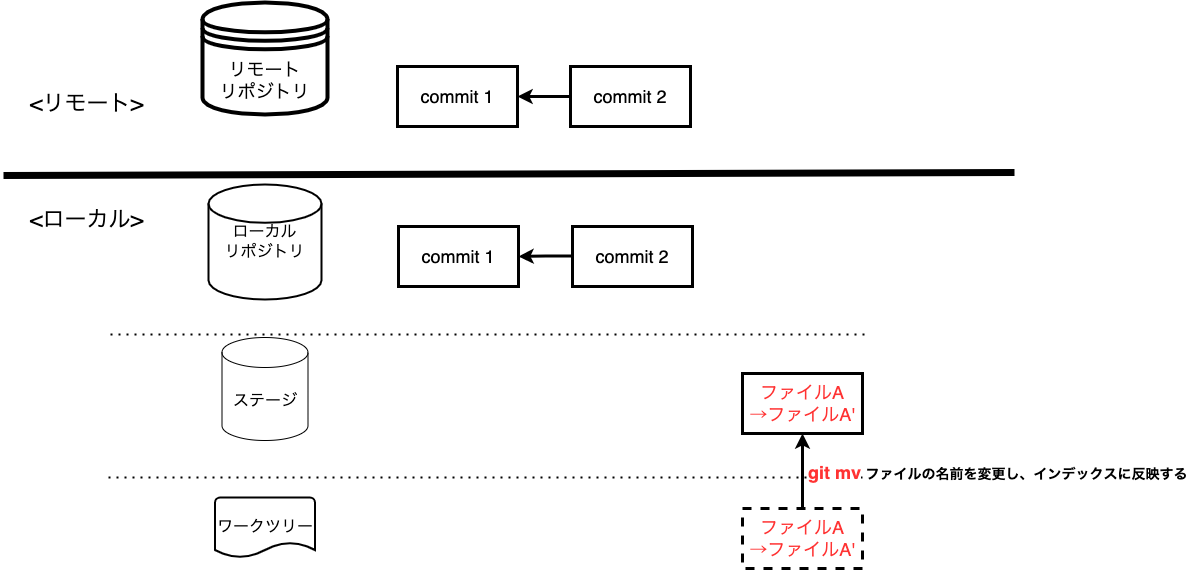
Earlier version of the draw.io export assets/image/Git勉強会_コマンドイメージ図-mv.drawio.png (irongineer/learning-git-for-team). Source tidied: cells renumbered, new cells last; positions are measured from the earlier drawing's top-left corner, leaving out a move shared by most shapes.
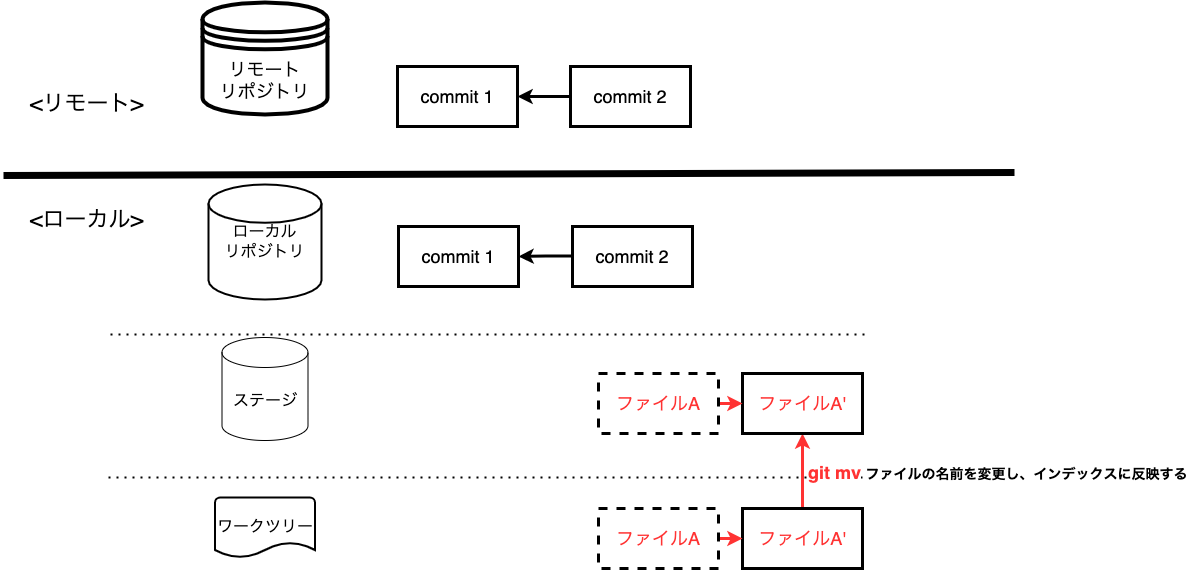
After the change.

What changed in the source:
```diff
@@ -26,7 +26,7 @@
     <mxCell id="6" value="&lt;font style=&quot;font-size: 22px&quot;&gt;&amp;lt;リモート&amp;gt;&lt;/font&gt;" style="text;html=1;align=center;verticalAlign=middle;strokeColor=none;fillColor=none;" parent="1" vertex="1">
       <mxGeometry x="21" y="91" width="124" height="21" as="geometry" />
     </mxCell>
-    <mxCell id="7" style="edgeStyle=orthogonalEdgeStyle;rounded=0;jettySize=auto;html=1;fontSize=18;strokeWidth=3;entryX=0.5;entryY=1;entryDx=0;entryDy=0;exitX=0.5;exitY=0;exitDx=0;exitDy=0;" parent="1" edge="1" source="12" target="13">
+    <mxCell id="7" style="edgeStyle=orthogonalEdgeStyle;rounded=0;jettySize=auto;html=1;fontSize=18;strokeWidth=3;entryX=0.5;entryY=1;entryDx=0;entryDy=0;exitX=0.5;exitY=0;exitDx=0;exitDy=0;strokeColor=#FF3333;" parent="1" edge="1" source="12" target="13">
       <mxGeometry relative="1" as="geometry" />
     </mxCell>
     <mxCell id="8" value="ローカル&lt;br&gt;リポジトリ" style="strokeWidth=2;html=1;shape=mxgraph.flowchart.database;whiteSpace=wrap;fontSize=16;" parent="1" vertex="1">
@@ -41,10 +41,10 @@
     <mxCell id="11" value="リモート&lt;br style=&quot;font-size: 18px;&quot;&gt;リポジトリ" style="shape=datastore;whiteSpace=wrap;html=1;fontSize=18;strokeWidth=4;" parent="1" vertex="1">
       <mxGeometry x="199" width="125" height="112" as="geometry" />
     </mxCell>
-    <mxCell id="12" value="ファイルA&lt;br&gt;→ファイルA'" style="whiteSpace=wrap;html=1;fontSize=18;fontColor=#FF3333;strokeWidth=3;dashed=1;" parent="1" vertex="1">
+    <mxCell id="12" value="ファイルA'" style="whiteSpace=wrap;html=1;fontSize=18;fontColor=#FF3333;strokeWidth=3;" parent="1" vertex="1">
       <mxGeometry x="739" y="506" width="120" height="60" as="geometry" />
     </mxCell>
-    <mxCell id="13" value="ファイルA&lt;br&gt;→ファイルA'" style="whiteSpace=wrap;html=1;fontSize=18;fontColor=#FF3333;strokeWidth=3;" parent="1" vertex="1">
+    <mxCell id="13" value="ファイルA'" style="whiteSpace=wrap;html=1;fontSize=18;fontColor=#FF3333;strokeWidth=3;" parent="1" vertex="1">
       <mxGeometry x="739" y="371" width="120" height="60" as="geometry" />
     </mxCell>
     <mxCell id="14" value="&lt;font color=&quot;#000000&quot;&gt;commit 1&lt;/font&gt;" style="whiteSpace=wrap;html=1;fontSize=18;fontColor=#FF3333;strokeWidth=3;" parent="1" vertex="1">
@@ -75,5 +75,17 @@
     <mxCell id="21" value="&lt;font color=&quot;#ff3333&quot;&gt;&lt;b&gt;git mv&lt;/b&gt;&lt;/font&gt;" style="edgeLabel;html=1;align=center;verticalAlign=middle;fontSize=18;" parent="1" vertex="1">
       <mxGeometry x="830" y="469" as="geometry" />
     </mxCell>
+    <mxCell id="22" style="edgeStyle=orthogonalEdgeStyle;rounded=0;jettySize=auto;html=1;exitX=1;exitY=0.5;exitDx=0;exitDy=0;entryX=0;entryY=0.5;entryDx=0;entryDy=0;fontSize=18;fontColor=#000000;strokeColor=#FF3333;strokeWidth=3;" parent="1" edge="1" source="23" target="12">
+      <mxGeometry relative="1" as="geometry" />
+    </mxCell>
+    <mxCell id="23" value="ファイルA" style="whiteSpace=wrap;html=1;fontSize=18;fontColor=#FF3333;strokeWidth=3;dashed=1;" parent="1" vertex="1">
+      <mxGeometry x="595" y="506" width="120" height="60" as="geometry" />
+    </mxCell>
+    <mxCell id="24" style="edgeStyle=orthogonalEdgeStyle;rounded=0;jettySize=auto;html=1;exitX=1;exitY=0.5;exitDx=0;exitDy=0;entryX=0;entryY=0.5;entryDx=0;entryDy=0;fontSize=18;fontColor=#000000;strokeColor=#FF3333;strokeWidth=3;" parent="1" edge="1" source="25" target="13">
+      <mxGeometry relative="1" as="geometry" />
+    </mxCell>
+    <mxCell id="25" value="ファイルA" style="whiteSpace=wrap;html=1;fontSize=18;fontColor=#FF3333;strokeWidth=3;dashed=1;" parent="1" vertex="1">
+      <mxGeometry x="595" y="371" width="120" height="60" as="geometry" />
+    </mxCell>
   </root>
 </mxGraphModel>
```
